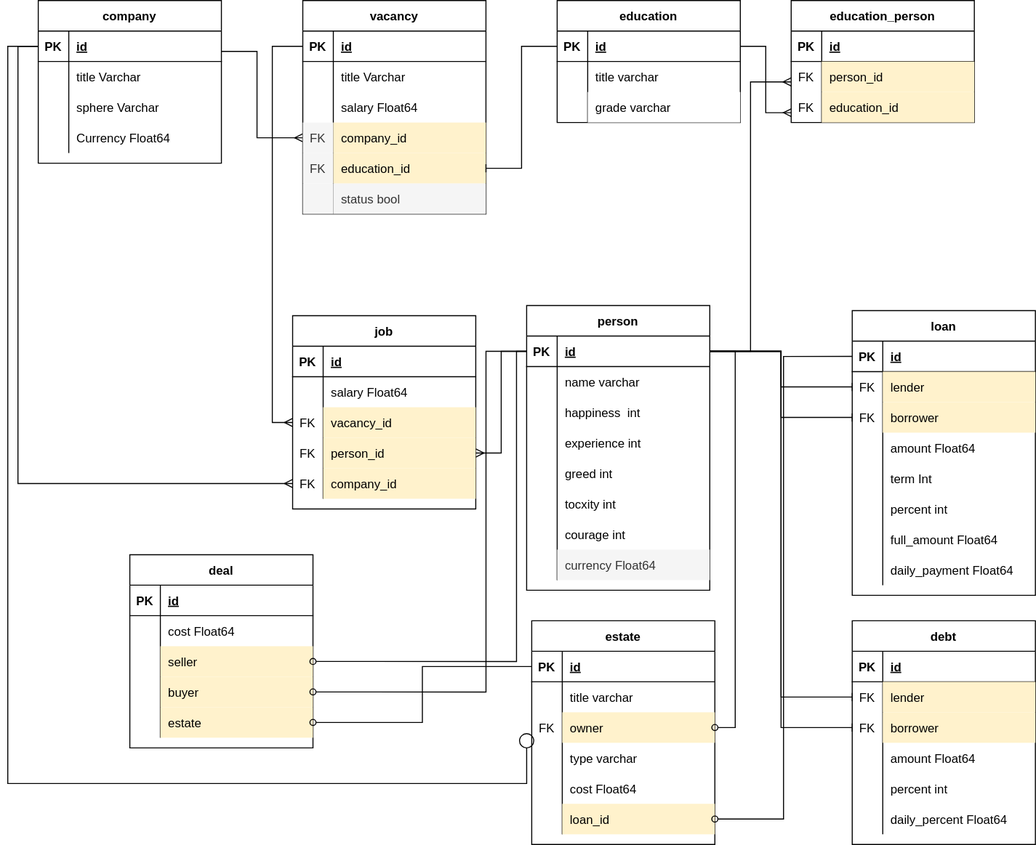
Above: db_scheme.svg in V4lP4n/ks2 (draw.io), before the change. Source tidied: cells renumbered, new cells last; positions are measured from the earlier drawing's top-left corner, leaving out a move shared by most shapes.
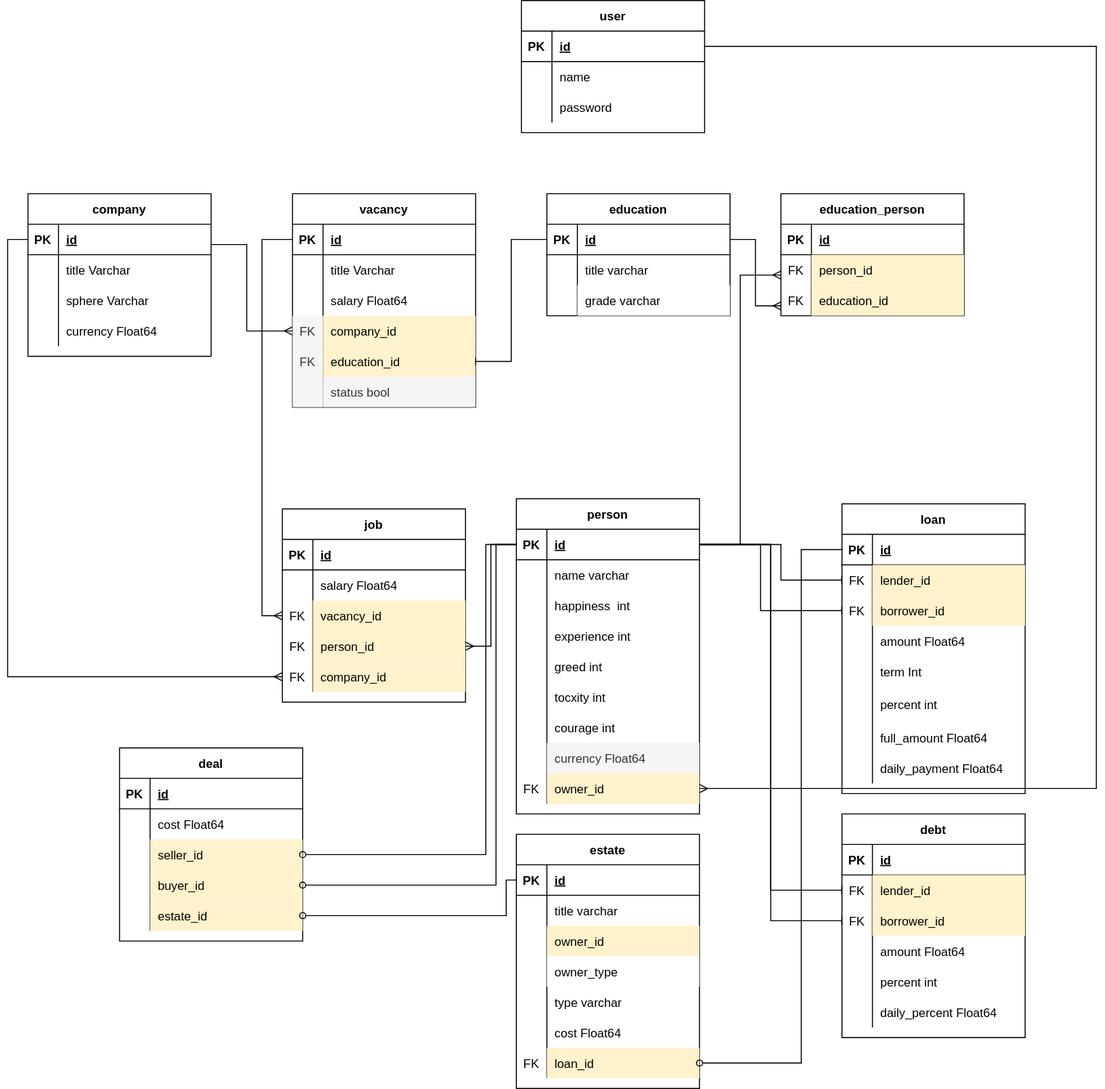
The same diagram one commit later.

Change to the diagram source:
```diff
@@ -48,3 +48,3 @@
     </mxCell>
-    <mxCell id="15" value="Currency Float64" style="shape=partialRectangle;fillColor=none;top=0;left=0;bottom=0;right=0;align=left;spacingLeft=6;overflow=hidden;" parent="13" vertex="1">
+    <mxCell id="15" value="currency Float64" style="shape=partialRectangle;fillColor=none;top=0;left=0;bottom=0;right=0;align=left;spacingLeft=6;overflow=hidden;" parent="13" vertex="1">
       <mxGeometry x="30" width="150" height="30" as="geometry" />
@@ -193,3 +193,3 @@
     <mxCell id="63" value="person" style="shape=table;startSize=30;rowLines=0;fontStyle=1;align=center;strokeColor=#000000;strokeWidth=1;fillColor=none;" parent="1" vertex="1">
-      <mxGeometry x="510" y="300" width="180" height="280" as="geometry" />
+      <mxGeometry x="510" y="300" width="180" height="310" as="geometry" />
     </mxCell>
@@ -267,2 +267,11 @@
     </mxCell>
+    <mxCell id="191" style="shape=tableRow;horizontal=0;startSize=0;swimlaneHead=0;swimlaneBody=0;fillColor=none;points=[[0,0.5],[1,0.5]];portConstraint=eastwest;top=0;left=0;right=0;bottom=0;strokeColor=#000000;strokeWidth=1;" parent="63" vertex="1">
+      <mxGeometry y="270" width="180" height="30" as="geometry" />
+    </mxCell>
+    <mxCell id="192" value="FK" style="shape=partialRectangle;fillColor=none;top=0;left=0;bottom=0;right=0;overflow=hidden;strokeColor=#000000;strokeWidth=1;" parent="191" vertex="1">
+      <mxGeometry width="30" height="30" as="geometry" />
+    </mxCell>
+    <mxCell id="193" value="owner_id" style="shape=partialRectangle;fillColor=#fff2cc;top=0;left=0;bottom=0;right=0;align=left;spacingLeft=6;overflow=hidden;strokeColor=#d6b656;strokeWidth=1;" parent="191" vertex="1">
+      <mxGeometry x="30" width="150" height="30" as="geometry" />
+    </mxCell>
     <mxCell id="88" style="edgeStyle=orthogonalEdgeStyle;rounded=0;jettySize=auto;html=1;exitX=0;exitY=0.5;exitDx=0;exitDy=0;endArrow=ERmany;endFill=0;" parent="1" edge="1" source="64" target="55">
@@ -271,3 +280,3 @@
     <mxCell id="89" value="loan" style="shape=table;startSize=30;rowLines=0;fontStyle=1;align=center;" parent="1" vertex="1">
-      <mxGeometry x="830" y="305" width="180" height="280" as="geometry" />
+      <mxGeometry x="830" y="305" width="180" height="285" as="geometry" />
     </mxCell>
@@ -288,3 +297,3 @@
     </mxCell>
-    <mxCell id="95" value="lender" style="shape=partialRectangle;fillColor=#fff2cc;top=0;left=0;bottom=0;right=0;align=left;spacingLeft=6;overflow=hidden;strokeColor=#d6b656;" parent="93" vertex="1">
+    <mxCell id="95" value="lender_id" style="shape=partialRectangle;fillColor=#fff2cc;top=0;left=0;bottom=0;right=0;align=left;spacingLeft=6;overflow=hidden;strokeColor=#d6b656;" parent="93" vertex="1">
       <mxGeometry x="30" width="150" height="30" as="geometry" />
@@ -297,3 +306,3 @@
     </mxCell>
-    <mxCell id="98" value="borrower" style="shape=partialRectangle;fillColor=#fff2cc;top=0;left=0;bottom=0;right=0;align=left;spacingLeft=6;overflow=hidden;strokeColor=#d6b656;" parent="96" vertex="1">
+    <mxCell id="98" value="borrower_id" style="shape=partialRectangle;fillColor=#fff2cc;top=0;left=0;bottom=0;right=0;align=left;spacingLeft=6;overflow=hidden;strokeColor=#d6b656;" parent="96" vertex="1">
       <mxGeometry x="30" width="150" height="30" as="geometry" />
@@ -319,12 +328,12 @@
     <mxCell id="105" style="shape=tableRow;horizontal=0;startSize=0;swimlaneHead=0;swimlaneBody=0;fillColor=none;top=0;left=0;right=0;bottom=0;" parent="89" vertex="1">
-      <mxGeometry y="180" width="180" height="30" as="geometry" />
+      <mxGeometry y="180" width="180" height="35" as="geometry" />
     </mxCell>
     <mxCell id="106" style="shape=partialRectangle;fillColor=none;top=0;left=0;bottom=0;right=0;overflow=hidden;" parent="105" vertex="1">
-      <mxGeometry width="30" height="30" as="geometry" />
+      <mxGeometry width="30" height="35" as="geometry" />
     </mxCell>
     <mxCell id="107" value="percent int" style="shape=partialRectangle;fillColor=none;top=0;left=0;bottom=0;right=0;align=left;spacingLeft=6;overflow=hidden;" parent="105" vertex="1">
-      <mxGeometry x="30" width="150" height="30" as="geometry" />
+      <mxGeometry x="30" width="150" height="35" as="geometry" />
     </mxCell>
     <mxCell id="108" style="shape=tableRow;horizontal=0;startSize=0;swimlaneHead=0;swimlaneBody=0;fillColor=none;top=0;left=0;right=0;bottom=0;" parent="89" vertex="1">
-      <mxGeometry y="210" width="180" height="30" as="geometry" />
+      <mxGeometry y="215" width="180" height="30" as="geometry" />
     </mxCell>
@@ -337,3 +346,3 @@
     <mxCell id="111" style="shape=tableRow;horizontal=0;startSize=0;swimlaneHead=0;swimlaneBody=0;fillColor=none;top=0;left=0;right=0;bottom=0;" parent="89" vertex="1">
-      <mxGeometry y="240" width="180" height="30" as="geometry" />
+      <mxGeometry y="245" width="180" height="30" as="geometry" />
     </mxCell>
@@ -346,9 +355,19 @@
     <mxCell id="114" style="edgeStyle=orthogonalEdgeStyle;rounded=0;jettySize=auto;html=1;exitX=1;exitY=0.5;exitDx=0;exitDy=0;endArrow=baseDash;endFill=0;" parent="1" edge="1" source="64" target="93">
-      <mxGeometry relative="1" as="geometry" />
+      <mxGeometry relative="1" as="geometry">
+        <Array as="points">
+          <mxPoint x="770" y="345" />
+          <mxPoint x="770" y="380" />
+        </Array>
+      </mxGeometry>
     </mxCell>
-    <mxCell id="115" style="edgeStyle=orthogonalEdgeStyle;rounded=0;jettySize=auto;html=1;exitX=1;exitY=0.5;exitDx=0;exitDy=0;endArrow=baseDash;endFill=0;" parent="1" edge="1" source="64" target="96">
-      <mxGeometry relative="1" as="geometry" />
+    <mxCell id="115" style="edgeStyle=orthogonalEdgeStyle;rounded=0;jettySize=auto;html=1;exitX=1;exitY=0.5;exitDx=0;exitDy=0;endArrow=baseDash;endFill=0;entryX=0;entryY=0.5;entryDx=0;entryDy=0;" parent="1" edge="1" source="64" target="96">
+      <mxGeometry relative="1" as="geometry">
+        <Array as="points">
+          <mxPoint x="750" y="345" />
+          <mxPoint x="750" y="410" />
+        </Array>
+      </mxGeometry>
     </mxCell>
     <mxCell id="116" value="estate" style="shape=table;startSize=30;rowLines=0;fontStyle=1;align=center;" parent="1" vertex="1">
-      <mxGeometry x="515" y="610" width="180" height="220" as="geometry" />
+      <mxGeometry x="510" y="630" width="180" height="250" as="geometry" />
     </mxCell>
@@ -375,10 +394,19 @@
     </mxCell>
-    <mxCell id="124" value="FK" style="shape=partialRectangle;fillColor=none;top=0;left=0;bottom=0;right=0;overflow=hidden;" parent="123" vertex="1">
+    <mxCell id="124" style="shape=partialRectangle;fillColor=none;top=0;left=0;bottom=0;right=0;overflow=hidden;" parent="123" vertex="1">
       <mxGeometry width="30" height="30" as="geometry" />
     </mxCell>
-    <mxCell id="125" value="owner" style="shape=partialRectangle;fillColor=#fff2cc;top=0;left=0;bottom=0;right=0;align=left;spacingLeft=6;overflow=hidden;strokeColor=#d6b656;" parent="123" vertex="1">
+    <mxCell id="125" value="owner_id" style="shape=partialRectangle;fillColor=#fff2cc;top=0;left=0;bottom=0;right=0;align=left;spacingLeft=6;overflow=hidden;strokeColor=#d6b656;" parent="123" vertex="1">
       <mxGeometry x="30" width="150" height="30" as="geometry" />
     </mxCell>
+    <mxCell id="194" style="shape=tableRow;horizontal=0;startSize=0;swimlaneHead=0;swimlaneBody=0;fillColor=none;top=0;left=0;right=0;bottom=0;" parent="116" vertex="1">
+      <mxGeometry y="120" width="180" height="30" as="geometry" />
+    </mxCell>
+    <mxCell id="195" style="shape=partialRectangle;fillColor=none;top=0;left=0;bottom=0;right=0;overflow=hidden;" parent="194" vertex="1">
+      <mxGeometry width="30" height="30" as="geometry" />
+    </mxCell>
+    <mxCell id="196" value="owner_type" style="shape=partialRectangle;top=0;left=0;bottom=0;right=0;align=left;spacingLeft=6;overflow=hidden;" parent="194" vertex="1">
+      <mxGeometry x="30" width="150" height="30" as="geometry" />
+    </mxCell>
     <mxCell id="126" style="shape=tableRow;horizontal=0;startSize=0;swimlaneHead=0;swimlaneBody=0;fillColor=none;top=0;left=0;right=0;bottom=0;" parent="116" vertex="1">
-      <mxGeometry y="120" width="180" height="30" as="geometry" />
+      <mxGeometry y="150" width="180" height="30" as="geometry" />
     </mxCell>
@@ -391,3 +419,3 @@
     <mxCell id="129" style="shape=tableRow;horizontal=0;startSize=0;swimlaneHead=0;swimlaneBody=0;fillColor=none;top=0;left=0;right=0;bottom=0;" parent="116" vertex="1">
-      <mxGeometry y="150" width="180" height="30" as="geometry" />
+      <mxGeometry y="180" width="180" height="30" as="geometry" />
     </mxCell>
@@ -400,5 +428,5 @@
     <mxCell id="132" style="shape=tableRow;horizontal=0;startSize=0;swimlaneHead=0;swimlaneBody=0;fillColor=none;points=[[0,0.5],[1,0.5]];portConstraint=eastwest;top=0;left=0;right=0;bottom=0;" parent="116" vertex="1">
-      <mxGeometry y="180" width="180" height="30" as="geometry" />
+      <mxGeometry y="210" width="180" height="30" as="geometry" />
     </mxCell>
-    <mxCell id="133" style="shape=partialRectangle;fillColor=none;top=0;left=0;bottom=0;right=0;overflow=hidden;" parent="132" vertex="1">
+    <mxCell id="133" value="FK" style="shape=partialRectangle;fillColor=none;top=0;left=0;bottom=0;right=0;overflow=hidden;" parent="132" vertex="1">
       <mxGeometry width="30" height="30" as="geometry" />
@@ -408,12 +436,2 @@
     </mxCell>
-    <mxCell id="135" style="edgeStyle=orthogonalEdgeStyle;rounded=0;jettySize=auto;html=1;exitX=0;exitY=0.5;exitDx=0;exitDy=0;endArrow=circle;endFill=0;" parent="1" edge="1" source="4">
-      <mxGeometry relative="1" as="geometry">
-        <mxPoint x="510" y="720" as="targetPoint" />
-        <Array as="points">
-          <mxPoint y="45" />
-          <mxPoint y="770" />
-          <mxPoint x="510" y="770" />
-        </Array>
-      </mxGeometry>
-    </mxCell>
     <mxCell id="136" value="debt" style="shape=table;startSize=30;rowLines=0;fontStyle=1;align=center;" parent="1" vertex="1">
@@ -436,3 +454,3 @@
     </mxCell>
-    <mxCell id="142" value="lender" style="shape=partialRectangle;fillColor=#fff2cc;top=0;left=0;bottom=0;right=0;align=left;spacingLeft=6;overflow=hidden;strokeColor=#d6b656;" parent="140" vertex="1">
+    <mxCell id="142" value="lender_id" style="shape=partialRectangle;fillColor=#fff2cc;top=0;left=0;bottom=0;right=0;align=left;spacingLeft=6;overflow=hidden;strokeColor=#d6b656;" parent="140" vertex="1">
       <mxGeometry x="30" width="150" height="30" as="geometry" />
@@ -445,3 +463,3 @@
     </mxCell>
-    <mxCell id="145" value="borrower" style="shape=partialRectangle;fillColor=#fff2cc;top=0;left=0;bottom=0;right=0;align=left;spacingLeft=6;overflow=hidden;strokeColor=#d6b656;" parent="143" vertex="1">
+    <mxCell id="145" value="borrower_id" style="shape=partialRectangle;fillColor=#fff2cc;top=0;left=0;bottom=0;right=0;align=left;spacingLeft=6;overflow=hidden;strokeColor=#d6b656;" parent="143" vertex="1">
       <mxGeometry x="30" width="150" height="30" as="geometry" />
@@ -547,3 +565,3 @@
     </mxCell>
-    <mxCell id="179" value="seller" style="shape=partialRectangle;fillColor=#fff2cc;top=0;left=0;bottom=0;right=0;align=left;spacingLeft=6;overflow=hidden;strokeColor=#d6b656;" parent="177" vertex="1">
+    <mxCell id="179" value="seller_id" style="shape=partialRectangle;fillColor=#fff2cc;top=0;left=0;bottom=0;right=0;align=left;spacingLeft=6;overflow=hidden;strokeColor=#d6b656;" parent="177" vertex="1">
       <mxGeometry x="30" width="150" height="30" as="geometry" />
@@ -556,3 +574,3 @@
     </mxCell>
-    <mxCell id="182" value="buyer" style="shape=partialRectangle;fillColor=#fff2cc;top=0;left=0;bottom=0;right=0;align=left;spacingLeft=6;overflow=hidden;strokeColor=#d6b656;" parent="180" vertex="1">
+    <mxCell id="182" value="buyer_id" style="shape=partialRectangle;fillColor=#fff2cc;top=0;left=0;bottom=0;right=0;align=left;spacingLeft=6;overflow=hidden;strokeColor=#d6b656;" parent="180" vertex="1">
       <mxGeometry x="30" width="150" height="30" as="geometry" />
@@ -565,3 +583,3 @@
     </mxCell>
-    <mxCell id="185" value="estate" style="shape=partialRectangle;fillColor=#fff2cc;top=0;left=0;bottom=0;right=0;align=left;spacingLeft=6;overflow=hidden;strokeColor=#d6b656;" parent="183" vertex="1">
+    <mxCell id="185" value="estate_id" style="shape=partialRectangle;fillColor=#fff2cc;top=0;left=0;bottom=0;right=0;align=left;spacingLeft=6;overflow=hidden;strokeColor=#d6b656;" parent="183" vertex="1">
       <mxGeometry x="30" width="150" height="30" as="geometry" />
@@ -569,3 +587,8 @@
     <mxCell id="186" style="edgeStyle=orthogonalEdgeStyle;rounded=0;jettySize=auto;html=1;exitX=0;exitY=0.5;exitDx=0;exitDy=0;entryX=1;entryY=0.5;entryDx=0;entryDy=0;endArrow=oval;endFill=0;" parent="1" edge="1" source="117" target="183">
-      <mxGeometry relative="1" as="geometry" />
+      <mxGeometry relative="1" as="geometry">
+        <Array as="points">
+          <mxPoint x="500" y="675" />
+          <mxPoint x="500" y="710" />
+        </Array>
+      </mxGeometry>
     </mxCell>
@@ -574,4 +597,4 @@
         <Array as="points">
-          <mxPoint x="470" y="345" />
-          <mxPoint x="470" y="680" />
+          <mxPoint x="490" y="345" />
+          <mxPoint x="490" y="680" />
         </Array>
@@ -582,4 +605,4 @@
         <Array as="points">
-          <mxPoint x="500" y="345" />
-          <mxPoint x="500" y="650" />
+          <mxPoint x="480" y="345" />
+          <mxPoint x="480" y="650" />
         </Array>
@@ -587,8 +610,48 @@
     </mxCell>
-    <mxCell id="189" style="edgeStyle=orthogonalEdgeStyle;rounded=0;jettySize=auto;html=1;exitX=1;exitY=0.5;exitDx=0;exitDy=0;entryX=1;entryY=0.5;entryDx=0;entryDy=0;endArrow=oval;endFill=0;" parent="1" edge="1" source="64" target="123">
-      <mxGeometry relative="1" as="geometry" />
-    </mxCell>
     <mxCell id="190" style="edgeStyle=orthogonalEdgeStyle;rounded=0;jettySize=auto;html=1;exitX=0;exitY=0.5;exitDx=0;exitDy=0;entryX=1;entryY=0.5;entryDx=0;entryDy=0;endArrow=oval;endFill=0;" parent="1" edge="1" source="90" target="132">
-      <mxGeometry relative="1" as="geometry" />
+      <mxGeometry relative="1" as="geometry">
+        <Array as="points">
+          <mxPoint x="790" y="350" />
+          <mxPoint x="790" y="855" />
+        </Array>
+      </mxGeometry>
     </mxCell>
+    <mxCell id="197" value="user" style="shape=table;startSize=30;rowLines=0;fontStyle=1;align=center;" parent="1" vertex="1">
+      <mxGeometry x="515" y="-190" width="180" height="130" as="geometry" />
+    </mxCell>
+    <mxCell id="198" style="shape=tableRow;horizontal=0;startSize=0;swimlaneHead=0;swimlaneBody=0;fillColor=none;points=[[0,0.5],[1,0.5]];portConstraint=eastwest;top=0;left=0;right=0;bottom=1;" parent="197" vertex="1">
+      <mxGeometry y="30" width="180" height="30" as="geometry" />
+    </mxCell>
+    <mxCell id="199" value="PK" style="shape=partialRectangle;fillColor=none;top=0;left=0;bottom=0;right=0;fontStyle=1;overflow=hidden;" parent="198" vertex="1">
+      <mxGeometry width="30" height="30" as="geometry" />
+    </mxCell>
+    <mxCell id="200" value="id" style="shape=partialRectangle;fillColor=none;top=0;left=0;bottom=0;right=0;align=left;spacingLeft=6;fontStyle=5;overflow=hidden;" parent="198" vertex="1">
+      <mxGeometry x="30" width="150" height="30" as="geometry" />
+    </mxCell>
+    <mxCell id="201" style="shape=tableRow;horizontal=0;startSize=0;swimlaneHead=0;swimlaneBody=0;fillColor=none;top=0;left=0;right=0;bottom=0;" parent="197" vertex="1">
+      <mxGeometry y="60" width="180" height="30" as="geometry" />
+    </mxCell>
+    <mxCell id="202" style="shape=partialRectangle;fillColor=none;top=0;left=0;bottom=0;right=0;overflow=hidden;" parent="201" vertex="1">
+      <mxGeometry width="30" height="30" as="geometry" />
+    </mxCell>
+    <mxCell id="203" value="name" style="shape=partialRectangle;fillColor=none;top=0;left=0;bottom=0;right=0;align=left;spacingLeft=6;overflow=hidden;" parent="201" vertex="1">
+      <mxGeometry x="30" width="150" height="30" as="geometry" />
+    </mxCell>
+    <mxCell id="204" style="shape=tableRow;horizontal=0;startSize=0;swimlaneHead=0;swimlaneBody=0;fillColor=none;top=0;left=0;right=0;bottom=0;" parent="197" vertex="1">
+      <mxGeometry y="90" width="180" height="30" as="geometry" />
+    </mxCell>
+    <mxCell id="205" style="shape=partialRectangle;fillColor=none;top=0;left=0;bottom=0;right=0;overflow=hidden;" parent="204" vertex="1">
+      <mxGeometry width="30" height="30" as="geometry" />
+    </mxCell>
+    <mxCell id="206" value="password" style="shape=partialRectangle;fillColor=none;top=0;left=0;bottom=0;right=0;align=left;spacingLeft=6;overflow=hidden;" parent="204" vertex="1">
+      <mxGeometry x="30" width="150" height="30" as="geometry" />
+    </mxCell>
+    <mxCell id="207" style="edgeStyle=orthogonalEdgeStyle;rounded=0;jettySize=auto;html=1;exitX=1;exitY=0.5;exitDx=0;exitDy=0;entryX=1;entryY=0.5;entryDx=0;entryDy=0;endArrow=ERmany;endFill=0;" parent="1" edge="1" source="198" target="191">
+      <mxGeometry relative="1" as="geometry">
+        <Array as="points">
+          <mxPoint x="1080" y="-145" />
+          <mxPoint x="1080" y="585" />
+        </Array>
+      </mxGeometry>
+    </mxCell>
   </root>
```
